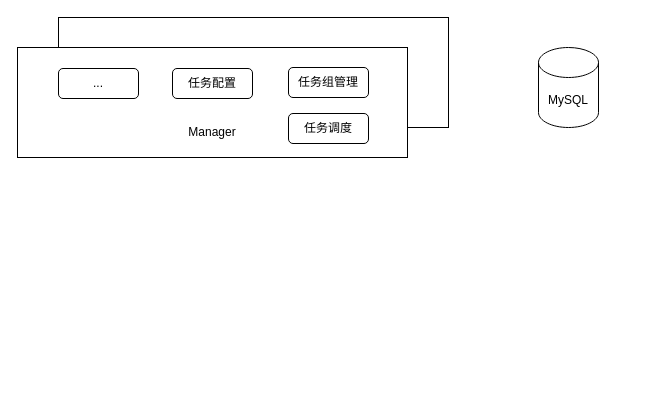
Earlier version of the draw.io diagram dts/dts-architecture.drawio (believezzd/diagrams). Source tidied: cells renumbered, new cells numbered last; positions are measured from the earlier drawing's top-left corner, leaving out a move shared by most shapes. Both pictures are drawn from the tidied source at 100%, with x=0, y=0 at pixel (17, 17).
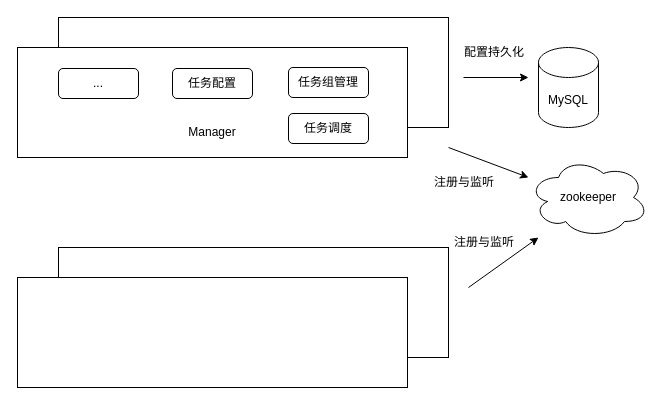
The same page after the edit.

The edit, as a diff of the source:
```diff
@@
+    <mxCell id="10" style="rounded=0;whiteSpace=wrap;html=1;" parent="1" vertex="1">
+      <mxGeometry x="41" y="230" width="390" height="110" as="geometry" />
+    </mxCell>
+    <mxCell id="11" style="rounded=0;whiteSpace=wrap;html=1;" parent="1" vertex="1">
+      <mxGeometry y="260" width="390" height="110" as="geometry" />
+    </mxCell>
+    <mxCell id="12" value="zookeeper" style="ellipse;shape=cloud;whiteSpace=wrap;html=1;" parent="1" vertex="1">
+      <mxGeometry x="511" y="140" width="120" height="80" as="geometry" />
+    </mxCell>
+    <mxCell id="13" style="endArrow=classic;html=1;rounded=0;" parent="1" edge="1">
+      <mxGeometry relative="1" as="geometry">
+        <mxPoint x="431" y="130" as="sourcePoint" />
+        <mxPoint x="511" y="160" as="targetPoint" />
+      </mxGeometry>
+    </mxCell>
+    <mxCell id="14" style="endArrow=classic;html=1;rounded=0;" parent="1" edge="1">
+      <mxGeometry relative="1" as="geometry">
+        <mxPoint x="451" y="270" as="sourcePoint" />
+        <mxPoint x="521" y="220" as="targetPoint" />
+      </mxGeometry>
+    </mxCell>
+    <mxCell id="15" value="注册与监听" style="text;strokeColor=none;fillColor=none;align=left;verticalAlign=middle;spacingLeft=4;spacingRight=4;overflow=hidden;whiteSpace=wrap;html=1;" parent="1" vertex="1">
+      <mxGeometry x="411" y="150" width="80" height="30" as="geometry" />
+    </mxCell>
+    <mxCell id="16" value="注册与监听" style="text;strokeColor=none;fillColor=none;align=left;verticalAlign=middle;spacingLeft=4;spacingRight=4;overflow=hidden;whiteSpace=wrap;html=1;" parent="1" vertex="1">
+      <mxGeometry x="431" y="210" width="80" height="30" as="geometry" />
+    </mxCell>
+    <mxCell id="17" style="endArrow=classic;html=1;rounded=0;" parent="1" edge="1">
+      <mxGeometry relative="1" as="geometry">
+        <mxPoint x="446" y="60" as="sourcePoint" />
+        <mxPoint x="511" y="60" as="targetPoint" />
+      </mxGeometry>
+    </mxCell>
+    <mxCell id="18" value="配置持久化" style="text;strokeColor=none;fillColor=none;align=left;verticalAlign=middle;spacingLeft=4;spacingRight=4;overflow=hidden;whiteSpace=wrap;html=1;" parent="1" vertex="1">
+      <mxGeometry x="441" y="20" width="80" height="30" as="geometry" />
+    </mxCell>
```
